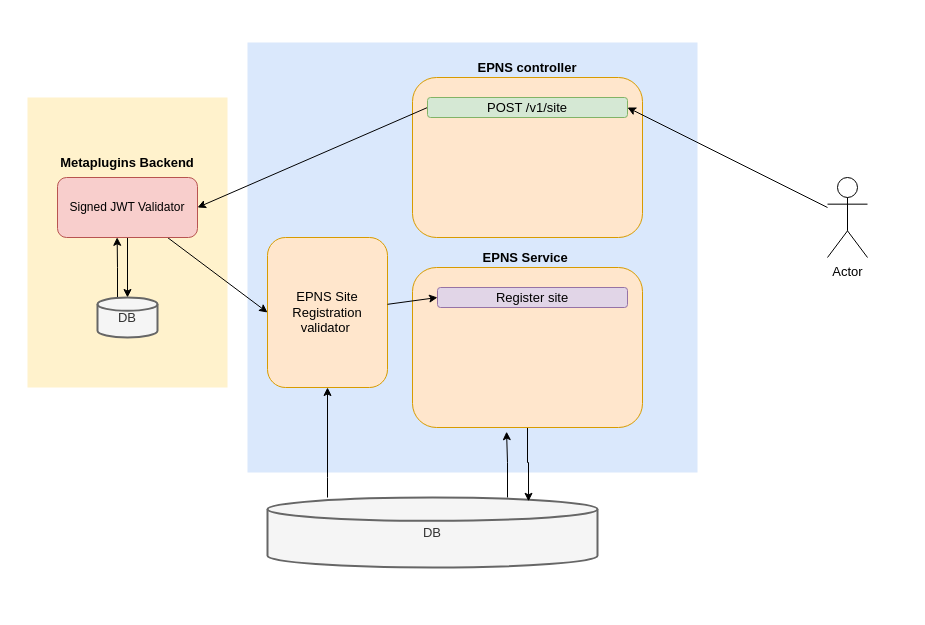
rocktr0724/EPNS-Docs keeps this draw.io diagram as Untitled Diagram.drawio. Above is the earlier version. Source tidied: cells renumbered, new cells numbered last; positions are measured from the earlier drawing's top-left corner, leaving out a move shared by most shapes. Both pictures are drawn from the tidied source at 100%, with x=0, y=0 at pixel (27, 42).
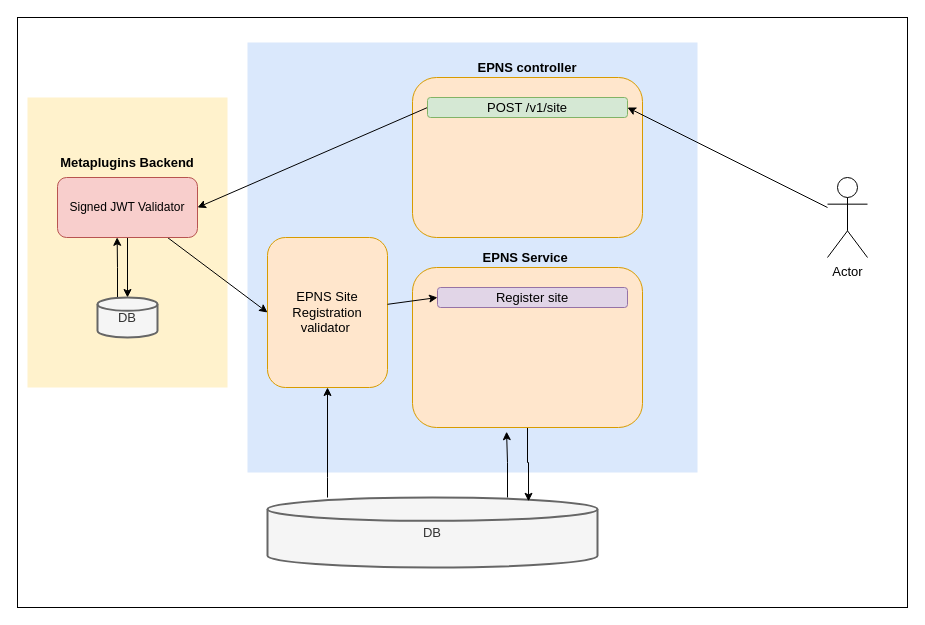
After the change.

The edit, as a diff of the source:
```diff
@@
+    <mxCell id="25" style="rounded=0;whiteSpace=wrap;html=1;" parent="1" vertex="1">
+      <mxGeometry x="-10" y="-25" width="890" height="590" as="geometry" />
+    </mxCell>
```
